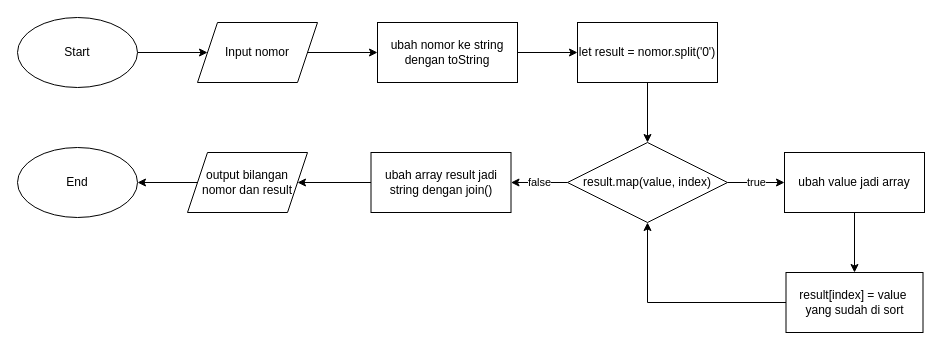
This is task/flowchart task4.drawio from donny17-bit/code-implementation, a draw.io file, before an edit. Source tidied: cells renumbered, new cells numbered last; positions are measured from the earlier drawing's top-left corner, leaving out a move shared by most shapes. Both pictures are drawn from the tidied source at 100%, with x=0, y=0 at pixel (17, 17).
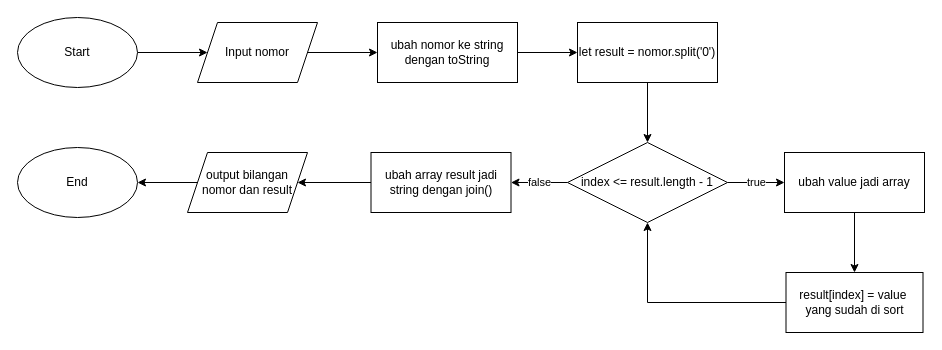
After the change.

Commit message (it also covers changes not shown here):
revisi kecil task

Change to the diagram source:
```diff
@@
-    <mxCell id="12" value="result.map(value, index)" style="rhombus;whiteSpace=wrap;html=1;fillColor=default;" parent="1" vertex="1">
+    <mxCell id="12" value="index &amp;lt;= result.length - 1" style="rhombus;whiteSpace=wrap;html=1;fillColor=default;" parent="1" vertex="1">
       <mxGeometry x="550" y="125" width="160" height="80" as="geometry" />
     </mxCell>
```
